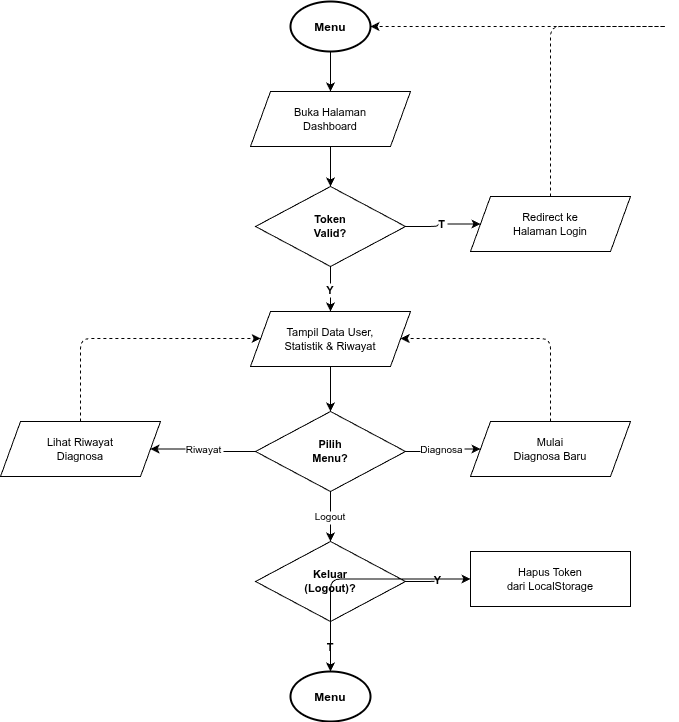
Above: diagram/flowchart/17-flowchart-dashboard-pengguna.png in RajaSunrise/kangkungku (draw.io), before the change. Source tidied: cells renumbered, new cells last; positions are measured from the earlier drawing's top-left corner, leaving out a move shared by most shapes. Its diagram source:
```xml
<mxGraphModel>
  <root>
    <mxCell id="0" />
    <mxCell id="1" parent="0" />
    <mxCell id="2" value="Menu" style="shape=mxgraph.flowchart.start_2;fillColor=#FFFFFF;strokeColor=#000000;strokeWidth=2;fontSize=12;fontStyle=1;" parent="1" vertex="1">
      <mxGeometry x="290" width="80" height="50" as="geometry" />
    </mxCell>
    <mxCell id="3" value="Buka Halaman&#10;Dashboard" style="shape=parallelogram;perimeter=parallelogramPerimeter;whiteSpace=wrap;html=1;fixedSize=1;size=20;fillColor=#FFFFFF;strokeColor=#000000;fontSize=11;" parent="1" vertex="1">
      <mxGeometry x="250" y="90" width="160" height="55" as="geometry" />
    </mxCell>
    <mxCell id="4" value="Token&#10;Valid?" style="rhombus;whiteSpace=wrap;html=1;fillColor=#FFFFFF;strokeColor=#000000;fontSize=11;fontStyle=1;" parent="1" vertex="1">
      <mxGeometry x="255" y="185" width="150" height="80" as="geometry" />
    </mxCell>
    <mxCell id="5" value="Redirect ke&#10;Halaman Login" style="shape=parallelogram;perimeter=parallelogramPerimeter;whiteSpace=wrap;html=1;fixedSize=1;size=20;fillColor=#FFFFFF;strokeColor=#000000;fontSize=11;" parent="1" vertex="1">
      <mxGeometry x="470" y="195" width="160" height="55" as="geometry" />
    </mxCell>
    <mxCell id="6" value="Tampil Data User,&#10;Statistik &amp; Riwayat" style="shape=parallelogram;perimeter=parallelogramPerimeter;whiteSpace=wrap;html=1;fixedSize=1;size=20;fillColor=#FFFFFF;strokeColor=#000000;fontSize=11;" parent="1" vertex="1">
      <mxGeometry x="250" y="310" width="160" height="55" as="geometry" />
    </mxCell>
    <mxCell id="7" value="Pilih&#10;Menu?" style="rhombus;whiteSpace=wrap;html=1;fillColor=#FFFFFF;strokeColor=#000000;fontSize=11;fontStyle=1;" parent="1" vertex="1">
      <mxGeometry x="255" y="410" width="150" height="80" as="geometry" />
    </mxCell>
    <mxCell id="8" value="Lihat Riwayat&#10;Diagnosa" style="shape=parallelogram;perimeter=parallelogramPerimeter;whiteSpace=wrap;html=1;fixedSize=1;size=20;fillColor=#FFFFFF;strokeColor=#000000;fontSize=11;" parent="1" vertex="1">
      <mxGeometry y="420" width="160" height="55" as="geometry" />
    </mxCell>
    <mxCell id="9" value="Mulai&#10;Diagnosa Baru" style="shape=parallelogram;perimeter=parallelogramPerimeter;whiteSpace=wrap;html=1;fixedSize=1;size=20;fillColor=#FFFFFF;strokeColor=#000000;fontSize=11;" parent="1" vertex="1">
      <mxGeometry x="470" y="420" width="160" height="55" as="geometry" />
    </mxCell>
    <mxCell id="10" value="Keluar&#10;(Logout)?" style="rhombus;whiteSpace=wrap;html=1;fillColor=#FFFFFF;strokeColor=#000000;fontSize=11;fontStyle=1;" parent="1" vertex="1">
      <mxGeometry x="255" y="540" width="150" height="80" as="geometry" />
    </mxCell>
    <mxCell id="11" value="Hapus Token&#10;dari LocalStorage" style="rounded=0;whiteSpace=wrap;html=1;fillColor=#FFFFFF;strokeColor=#000000;fontSize=11;" parent="1" vertex="1">
      <mxGeometry x="470" y="550" width="160" height="55" as="geometry" />
    </mxCell>
    <mxCell id="12" value="Menu" style="shape=mxgraph.flowchart.start_2;fillColor=#FFFFFF;strokeColor=#000000;strokeWidth=2;fontSize=12;fontStyle=1;" parent="1" vertex="1">
      <mxGeometry x="290" y="670" width="80" height="50" as="geometry" />
    </mxCell>
    <mxCell id="13" style="edgeStyle=orthogonalEdgeStyle;" parent="1" edge="1" source="2" target="3">
      <mxGeometry relative="1" as="geometry" />
    </mxCell>
    <mxCell id="14" style="edgeStyle=orthogonalEdgeStyle;" parent="1" edge="1" source="3" target="4">
      <mxGeometry relative="1" as="geometry" />
    </mxCell>
    <mxCell id="15" value="T" style="edgeStyle=orthogonalEdgeStyle;fontSize=11;fontStyle=1;" parent="1" edge="1" source="4" target="5">
      <mxGeometry relative="1" as="geometry" />
    </mxCell>
    <mxCell id="16" style="edgeStyle=orthogonalEdgeStyle;dashed=1;" parent="1" edge="1" source="5" target="2">
      <mxGeometry relative="1" as="geometry">
        <Array as="points">
          <mxPoint x="670" y="25" />
          <mxPoint x="370" y="25" />
        </Array>
      </mxGeometry>
    </mxCell>
    <mxCell id="17" value="Y" style="edgeStyle=orthogonalEdgeStyle;fontSize=11;fontStyle=1;" parent="1" edge="1" source="4" target="6">
      <mxGeometry relative="1" as="geometry" />
    </mxCell>
    <mxCell id="18" style="edgeStyle=orthogonalEdgeStyle;" parent="1" edge="1" source="6" target="7">
      <mxGeometry relative="1" as="geometry" />
    </mxCell>
    <mxCell id="19" value="Riwayat" style="edgeStyle=orthogonalEdgeStyle;fontSize=10;" parent="1" edge="1" source="7" target="8">
      <mxGeometry relative="1" as="geometry" />
    </mxCell>
    <mxCell id="20" value="Diagnosa" style="edgeStyle=orthogonalEdgeStyle;fontSize=10;" parent="1" edge="1" source="7" target="9">
      <mxGeometry relative="1" as="geometry" />
    </mxCell>
    <mxCell id="21" style="edgeStyle=orthogonalEdgeStyle;dashed=1;" parent="1" edge="1" source="8" target="6">
      <mxGeometry relative="1" as="geometry">
        <Array as="points">
          <mxPoint x="80" y="337" />
          <mxPoint x="330" y="337" />
        </Array>
      </mxGeometry>
    </mxCell>
    <mxCell id="22" style="edgeStyle=orthogonalEdgeStyle;dashed=1;" parent="1" edge="1" source="9" target="6">
      <mxGeometry relative="1" as="geometry">
        <Array as="points">
          <mxPoint x="550" y="337" />
          <mxPoint x="330" y="337" />
        </Array>
      </mxGeometry>
    </mxCell>
    <mxCell id="23" value="Logout" style="edgeStyle=orthogonalEdgeStyle;fontSize=10;" parent="1" edge="1" source="7" target="10">
      <mxGeometry relative="1" as="geometry" />
    </mxCell>
    <mxCell id="24" value="Y" style="edgeStyle=orthogonalEdgeStyle;fontSize=11;fontStyle=1;" parent="1" edge="1" source="10" target="11">
      <mxGeometry relative="1" as="geometry" />
    </mxCell>
    <mxCell id="25" value="T" style="edgeStyle=orthogonalEdgeStyle;fontSize=11;fontStyle=1;" parent="1" edge="1" source="10" target="12">
      <mxGeometry relative="1" as="geometry" />
    </mxCell>
    <mxCell id="26" style="edgeStyle=orthogonalEdgeStyle;" parent="1" edge="1" source="11" target="12">
      <mxGeometry relative="1" as="geometry" />
    </mxCell>
  </root>
</mxGraphModel>
```
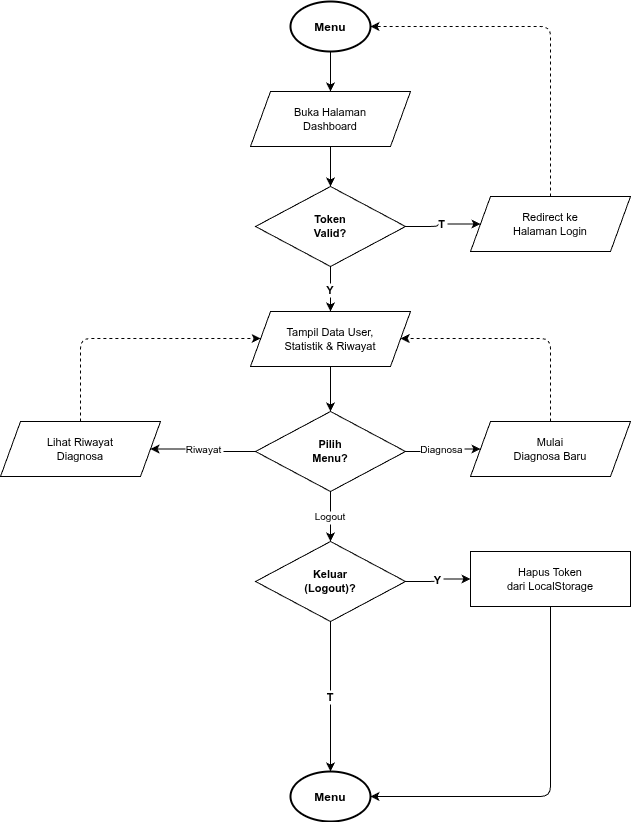
The same diagram one commit later.

What changed in the source:
```diff
@@ -2,9 +2,9 @@
   <root>
     <mxCell id="0" />
     <mxCell id="1" parent="0" />
-    <mxCell id="2" value="Menu" style="shape=mxgraph.flowchart.start_2;fillColor=#FFFFFF;strokeColor=#000000;strokeWidth=2;fontSize=12;fontStyle=1;" parent="1" vertex="1">
-      <mxGeometry x="290" width="80" height="50" as="geometry" />
-    </mxCell>
+    <mxCell id="12" value="Menu" style="shape=mxgraph.flowchart.start_2;fillColor=#FFFFFF;strokeColor=#000000;strokeWidth=2;fontSize=12;fontStyle=1;" parent="1" vertex="1">
+      <mxGeometry x="290" width="80" height="50" as="geometry" />
+    </mxCell>
     <mxCell id="3" value="Buka Halaman&#10;Dashboard" style="shape=parallelogram;perimeter=parallelogramPerimeter;whiteSpace=wrap;html=1;fixedSize=1;size=20;fillColor=#FFFFFF;strokeColor=#000000;fontSize=11;" parent="1" vertex="1">
       <mxGeometry x="250" y="90" width="160" height="55" as="geometry" />
     </mxCell>
@@ -32,26 +32,25 @@
     <mxCell id="11" value="Hapus Token&#10;dari LocalStorage" style="rounded=0;whiteSpace=wrap;html=1;fillColor=#FFFFFF;strokeColor=#000000;fontSize=11;" parent="1" vertex="1">
       <mxGeometry x="470" y="550" width="160" height="55" as="geometry" />
     </mxCell>
-    <mxCell id="12" value="Menu" style="shape=mxgraph.flowchart.start_2;fillColor=#FFFFFF;strokeColor=#000000;strokeWidth=2;fontSize=12;fontStyle=1;" parent="1" vertex="1">
-      <mxGeometry x="290" y="670" width="80" height="50" as="geometry" />
-    </mxCell>
-    <mxCell id="13" style="edgeStyle=orthogonalEdgeStyle;" parent="1" edge="1" source="2" target="3">
-      <mxGeometry relative="1" as="geometry" />
-    </mxCell>
+    <mxCell id="2" value="Menu" style="shape=mxgraph.flowchart.start_2;fillColor=#FFFFFF;strokeColor=#000000;strokeWidth=2;fontSize=12;fontStyle=1;" parent="1" vertex="1">
+      <mxGeometry x="290" y="770" width="80" height="50" as="geometry" />
+    </mxCell>
+    <mxCell id="27" style="edgeStyle=orthogonalEdgeStyle;" parent="1" edge="1" source="12" target="3">
+      <mxGeometry relative="1" as="geometry" />
+    </mxCell>
     <mxCell id="14" style="edgeStyle=orthogonalEdgeStyle;" parent="1" edge="1" source="3" target="4">
       <mxGeometry relative="1" as="geometry" />
     </mxCell>
     <mxCell id="15" value="T" style="edgeStyle=orthogonalEdgeStyle;fontSize=11;fontStyle=1;" parent="1" edge="1" source="4" target="5">
       <mxGeometry relative="1" as="geometry" />
     </mxCell>
-    <mxCell id="16" style="edgeStyle=orthogonalEdgeStyle;dashed=1;" parent="1" edge="1" source="5" target="2">
-      <mxGeometry relative="1" as="geometry">
-        <Array as="points">
-          <mxPoint x="670" y="25" />
-          <mxPoint x="370" y="25" />
-        </Array>
-      </mxGeometry>
-    </mxCell>
+    <mxCell id="28" style="edgeStyle=orthogonalEdgeStyle;dashed=1;" parent="1" edge="1" source="5" target="12">
+      <mxGeometry relative="1" as="geometry">
+        <Array as="points">
+          <mxPoint x="550" y="25" />
+        </Array>
+      </mxGeometry>
+    </mxCell>
     <mxCell id="17" value="Y" style="edgeStyle=orthogonalEdgeStyle;fontSize=11;fontStyle=1;" parent="1" edge="1" source="4" target="6">
       <mxGeometry relative="1" as="geometry" />
     </mxCell>
@@ -86,11 +85,11 @@
     <mxCell id="24" value="Y" style="edgeStyle=orthogonalEdgeStyle;fontSize=11;fontStyle=1;" parent="1" edge="1" source="10" target="11">
       <mxGeometry relative="1" as="geometry" />
     </mxCell>
-    <mxCell id="25" value="T" style="edgeStyle=orthogonalEdgeStyle;fontSize=11;fontStyle=1;" parent="1" edge="1" source="10" target="12">
-      <mxGeometry relative="1" as="geometry" />
-    </mxCell>
-    <mxCell id="26" style="edgeStyle=orthogonalEdgeStyle;" parent="1" edge="1" source="11" target="12">
-      <mxGeometry relative="1" as="geometry" />
-    </mxCell>
+    <mxCell id="29" value="T" style="edgeStyle=orthogonalEdgeStyle;fontSize=11;fontStyle=1;" parent="1" edge="1" source="10" target="2">
+      <mxGeometry relative="1" as="geometry" />
+    </mxCell>
+    <mxCell id="30" style="edgeStyle=orthogonalEdgeStyle;exitX=0.5;exitY=1;exitDx=0;exitDy=0;entryX=1;entryY=0.5;entryDx=0;entryDy=0;entryPerimeter=0;" parent="1" edge="1" source="11" target="2">
+      <mxGeometry relative="1" as="geometry" />
+    </mxCell>
   </root>
 </mxGraphModel>
```
